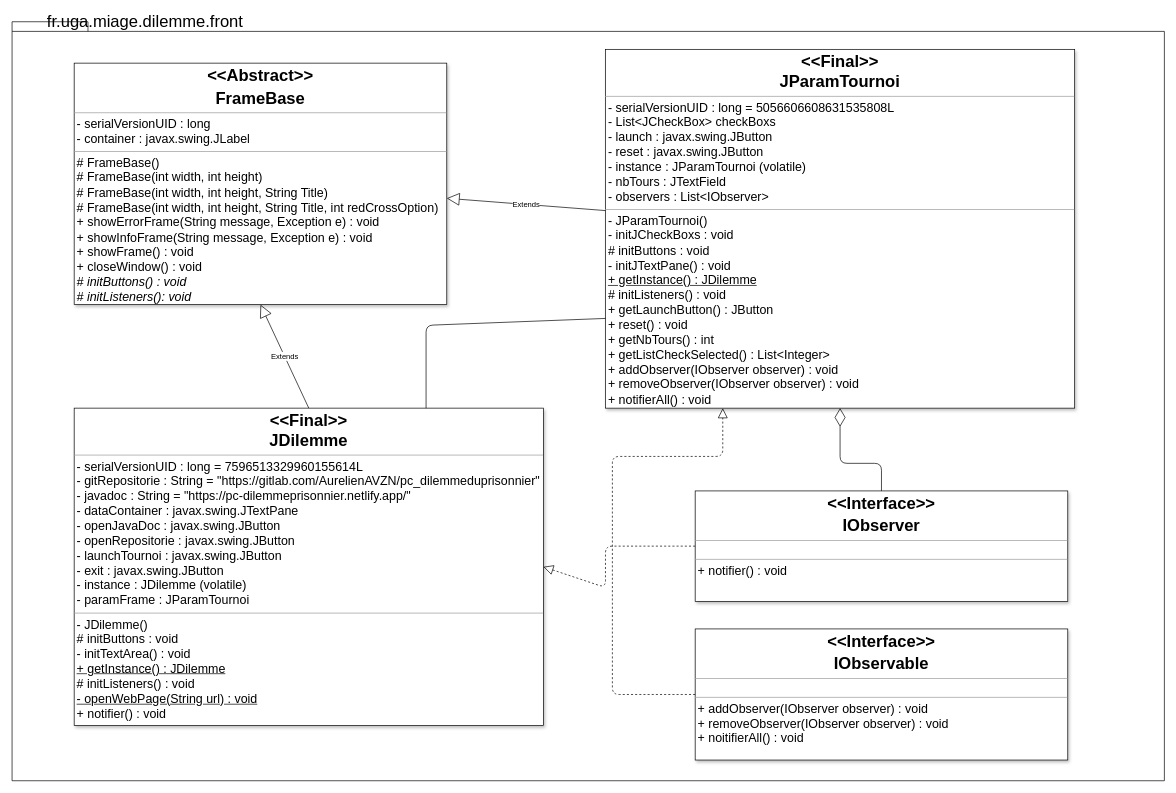
Earlier version of the draw.io diagram page "Front" (2 of 3) of Documentations/Diagramme draw.io/diagramme_classe.drawio (DaeronHTV/DilemmeDuPrisionnier). Source tidied: cells renumbered, new cells numbered last; positions are measured from the earlier drawing's top-left corner, leaving out a move shared by most shapes. Both pictures are drawn from the tidied source at 69%, with x=0, y=0 at pixel (12, 14).
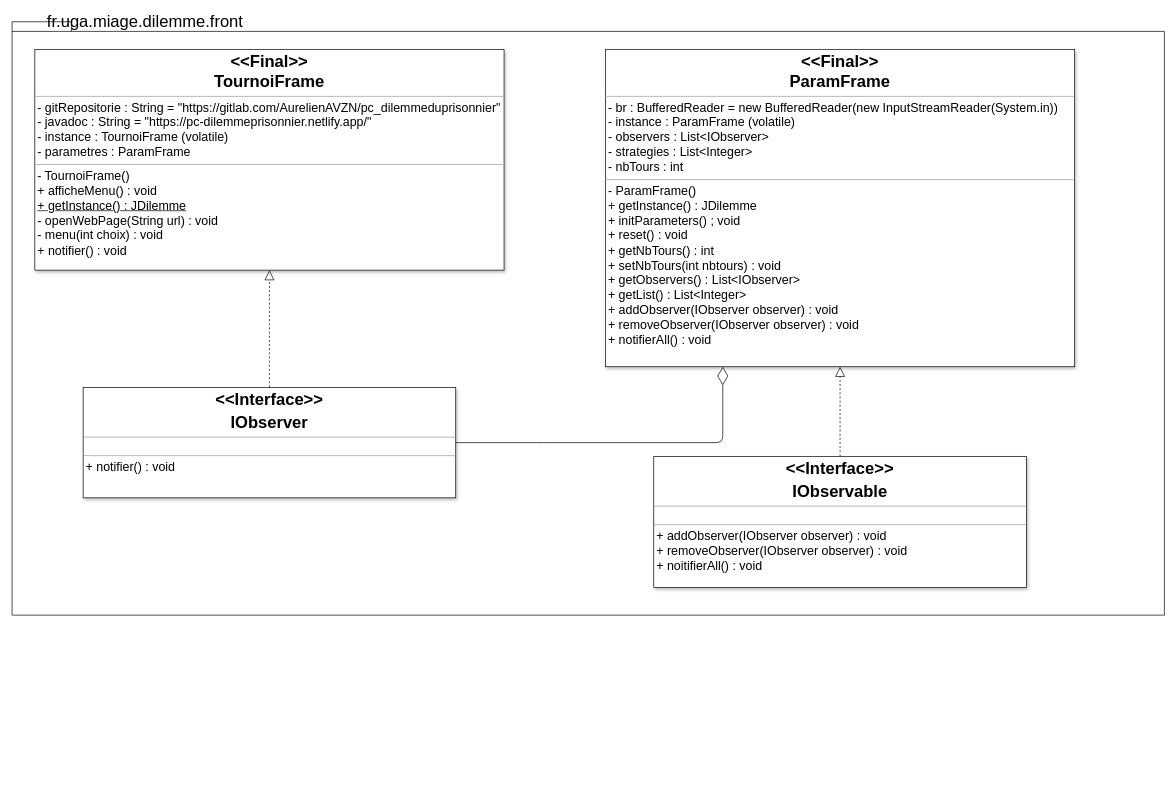
The same page after the edit.

The edit, as a diff of the source:
```diff
@@
     <mxCell id="2" style="shape=folder;fontStyle=1;spacingTop=10;tabWidth=40;tabHeight=14;tabPosition=left;html=1;" parent="1" vertex="1">
-      <mxGeometry y="10" width="1670" height="1100" as="geometry" />
+      <mxGeometry y="10" width="1670" height="860" as="geometry" />
     </mxCell>
@@
-    <mxCell id="4" value="&lt;p style=&quot;margin: 0px ; margin-top: 4px ; text-align: center&quot;&gt;&lt;span style=&quot;font-size: 24px&quot;&gt;&lt;b&gt;&amp;lt;&amp;lt;Abstract&amp;gt;&amp;gt;&lt;/b&gt;&lt;/span&gt;&lt;/p&gt;&lt;p style=&quot;margin: 0px ; margin-top: 4px ; text-align: center&quot;&gt;&lt;span style=&quot;font-size: 24px&quot;&gt;&lt;b&gt;FrameBase&lt;/b&gt;&lt;/span&gt;&lt;/p&gt;&lt;hr size=&quot;1&quot;&gt;&lt;p style=&quot;margin: 0px ; margin-left: 4px&quot;&gt;&lt;font style=&quot;font-size: 18px&quot;&gt;- serialVersionUID : long&lt;br style=&quot;padding: 0px ; margin: 0px&quot;&gt;- container : javax.swing.JLabel&lt;/font&gt;&lt;br&gt;&lt;/p&gt;&lt;hr size=&quot;1&quot;&gt;&lt;p style=&quot;margin: 0px ; margin-left: 4px&quot;&gt;&lt;font style=&quot;font-size: 18px&quot;&gt;# FrameBase()&lt;br style=&quot;padding: 0px ; margin: 0px&quot;&gt;# FrameBase(int width, int height)&lt;br style=&quot;padding: 0px ; margin: 0px&quot;&gt;# FrameBase(int width, int height, String Title)&lt;br style=&quot;padding: 0px ; margin: 0px&quot;&gt;# FrameBase(int width, int height, String Title, int redCrossOption)&lt;br style=&quot;padding: 0px ; margin: 0px&quot;&gt;+ showErrorFrame(String message, Exception e) : void&lt;/font&gt;&lt;/p&gt;&lt;p style=&quot;margin: 0px ; margin-left: 4px&quot;&gt;&lt;font style=&quot;font-size: 18px&quot;&gt;+ showInfoFrame(String message, Exception e) : void&lt;/font&gt;&lt;/p&gt;&lt;p style=&quot;margin: 0px ; margin-left: 4px&quot;&gt;&lt;font style=&quot;font-size: 18px&quot;&gt;+ showFrame() : void&lt;br style=&quot;padding: 0px ; margin: 0px&quot;&gt;+ closeWindow() : void&lt;/font&gt;&lt;br&gt;&lt;/p&gt;&lt;p style=&quot;margin: 0px ; margin-left: 4px&quot;&gt;&lt;font style=&quot;font-size: 18px&quot;&gt;&lt;i&gt;# initButtons() : void&lt;/i&gt;&lt;/font&gt;&lt;/p&gt;&lt;p style=&quot;margin: 0px ; margin-left: 4px&quot;&gt;&lt;font style=&quot;font-size: 18px&quot;&gt;&lt;i&gt;# initListeners(): void&lt;/i&gt;&lt;/font&gt;&lt;/p&gt;" style="verticalAlign=top;align=left;overflow=fill;fontSize=12;fontFamily=Helvetica;html=1;shadow=1;" parent="1" vertex="1">
-      <mxGeometry x="90" y="70" width="540" height="350" as="geometry" />
-    </mxCell>
-    <mxCell id="5" value="&lt;p style=&quot;margin: 0px ; margin-top: 4px ; text-align: center&quot;&gt;&lt;span style=&quot;font-size: 24px&quot;&gt;&lt;b&gt;&amp;lt;&amp;lt;Final&amp;gt;&amp;gt;&lt;br&gt;JDilemme&lt;/b&gt;&lt;/span&gt;&lt;/p&gt;&lt;hr size=&quot;1&quot;&gt;&lt;p style=&quot;margin: 0px ; margin-left: 4px&quot;&gt;&lt;font style=&quot;font-size: 18px&quot;&gt;- serialVersionUID : long = 7596513329960155614L&lt;br style=&quot;padding: 0px ; margin: 0px&quot;&gt;- gitRepositorie : String = &quot;https://gitlab.com/AurelienAVZN/pc_dilemmeduprisonnier&quot;&lt;/font&gt;&lt;/p&gt;&lt;p style=&quot;margin: 0px ; margin-left: 4px&quot;&gt;&lt;font style=&quot;font-size: 18px&quot;&gt;- javadoc : String = &quot;https://pc-dilemmeprisonnier.netlify.app/&quot;&lt;/font&gt;&lt;/p&gt;&lt;p style=&quot;margin: 0px ; margin-left: 4px&quot;&gt;&lt;font style=&quot;font-size: 18px&quot;&gt;- dataContainer : javax.swing.JTextPane&lt;/font&gt;&lt;/p&gt;&lt;p style=&quot;margin: 0px ; margin-left: 4px&quot;&gt;&lt;font style=&quot;font-size: 18px&quot;&gt;- openJavaDoc : javax.swing.JButton&lt;/font&gt;&lt;/p&gt;&lt;p style=&quot;margin: 0px ; margin-left: 4px&quot;&gt;&lt;font style=&quot;font-size: 18px&quot;&gt;- openRepositorie : javax.swing.JButton&lt;/font&gt;&lt;/p&gt;&lt;p style=&quot;margin: 0px ; margin-left: 4px&quot;&gt;&lt;font style=&quot;font-size: 18px&quot;&gt;- launchTournoi : javax.swing.JButton&lt;/font&gt;&lt;/p&gt;&lt;p style=&quot;margin: 0px ; margin-left: 4px&quot;&gt;&lt;font style=&quot;font-size: 18px&quot;&gt;- exit : javax.swing.JButton&lt;/font&gt;&lt;/p&gt;&lt;p style=&quot;margin: 0px ; margin-left: 4px&quot;&gt;&lt;font style=&quot;font-size: 18px&quot;&gt;- instance : JDilemme (volatile)&lt;/font&gt;&lt;/p&gt;&lt;p style=&quot;margin: 0px ; margin-left: 4px&quot;&gt;&lt;font style=&quot;font-size: 18px&quot;&gt;- paramFrame : JParamTournoi&lt;/font&gt;&lt;/p&gt;&lt;hr size=&quot;1&quot;&gt;&lt;p style=&quot;margin: 0px ; margin-left: 4px&quot;&gt;&lt;font style=&quot;font-size: 18px&quot;&gt;- JDilemme()&lt;/font&gt;&lt;/p&gt;&lt;p style=&quot;margin: 0px ; margin-left: 4px&quot;&gt;&lt;font style=&quot;font-size: 18px&quot;&gt;# initButtons : void&lt;/font&gt;&lt;/p&gt;&lt;p style=&quot;margin: 0px ; margin-left: 4px&quot;&gt;&lt;font style=&quot;font-size: 18px&quot;&gt;- initTextArea() : void&lt;/font&gt;&lt;/p&gt;&lt;p style=&quot;margin: 0px ; margin-left: 4px&quot;&gt;&lt;font style=&quot;font-size: 18px&quot;&gt;&lt;u&gt;+ getInstance() : JDilemme&lt;/u&gt;&lt;/font&gt;&lt;/p&gt;&lt;p style=&quot;margin: 0px ; margin-left: 4px&quot;&gt;&lt;font style=&quot;font-size: 18px&quot;&gt;# initListeners() : void&lt;br&gt;&lt;/font&gt;&lt;/p&gt;&lt;p style=&quot;margin: 0px ; margin-left: 4px&quot;&gt;&lt;font style=&quot;font-size: 18px&quot;&gt;&lt;u&gt;- openWebPage(String url) : void&lt;/u&gt;&lt;/font&gt;&lt;/p&gt;&lt;p style=&quot;margin: 0px ; margin-left: 4px&quot;&gt;&lt;font style=&quot;font-size: 18px&quot;&gt;+ notifier() : void&lt;/font&gt;&lt;/p&gt;" style="verticalAlign=top;align=left;overflow=fill;fontSize=12;fontFamily=Helvetica;html=1;shadow=1;" parent="1" vertex="1">
-      <mxGeometry x="90" y="570" width="680" height="460" as="geometry" />
+    <mxCell id="5" value="&lt;p style=&quot;margin: 0px ; margin-top: 4px ; text-align: center&quot;&gt;&lt;span style=&quot;font-size: 24px&quot;&gt;&lt;b&gt;&amp;lt;&amp;lt;Final&amp;gt;&amp;gt;&lt;br&gt;TournoiFrame&lt;/b&gt;&lt;/span&gt;&lt;/p&gt;&lt;hr size=&quot;1&quot;&gt;&lt;p style=&quot;margin: 0px ; margin-left: 4px&quot;&gt;&lt;font style=&quot;font-size: 18px&quot;&gt;- gitRepositorie : String = &quot;https://gitlab.com/AurelienAVZN/pc_dilemmeduprisonnier&quot;&lt;/font&gt;&lt;/p&gt;&lt;p style=&quot;margin: 0px ; margin-left: 4px&quot;&gt;&lt;font style=&quot;font-size: 18px&quot;&gt;- javadoc : String = &quot;https://pc-dilemmeprisonnier.netlify.app/&quot;&lt;/font&gt;&lt;/p&gt;&lt;p style=&quot;margin: 0px ; margin-left: 4px&quot;&gt;&lt;span style=&quot;font-size: 18px&quot;&gt;- instance : TournoiFrame (volatile)&lt;/span&gt;&lt;br&gt;&lt;/p&gt;&lt;p style=&quot;margin: 0px ; margin-left: 4px&quot;&gt;&lt;font style=&quot;font-size: 18px&quot;&gt;- parametres : ParamFrame&lt;/font&gt;&lt;/p&gt;&lt;hr size=&quot;1&quot;&gt;&lt;p style=&quot;margin: 0px ; margin-left: 4px&quot;&gt;&lt;font style=&quot;font-size: 18px&quot;&gt;- TournoiFrame()&lt;/font&gt;&lt;/p&gt;&lt;p style=&quot;margin: 0px ; margin-left: 4px&quot;&gt;&lt;span style=&quot;font-size: 18px&quot;&gt;+ afficheMenu() : void&lt;/span&gt;&lt;/p&gt;&lt;p style=&quot;margin: 0px ; margin-left: 4px&quot;&gt;&lt;font style=&quot;font-size: 18px&quot;&gt;&lt;u&gt;+ getInstance() : JDilemme&lt;/u&gt;&lt;/font&gt;&lt;/p&gt;&lt;p style=&quot;margin: 0px ; margin-left: 4px&quot;&gt;&lt;font style=&quot;font-size: 18px&quot;&gt;- openWebPage(String url) : void&lt;/font&gt;&lt;/p&gt;&lt;p style=&quot;margin: 0px ; margin-left: 4px&quot;&gt;&lt;font style=&quot;font-size: 18px&quot;&gt;- menu(int choix) : void&lt;/font&gt;&lt;/p&gt;&lt;p style=&quot;margin: 0px ; margin-left: 4px&quot;&gt;&lt;font style=&quot;font-size: 18px&quot;&gt;+ notifier() : void&lt;/font&gt;&lt;/p&gt;" style="verticalAlign=top;align=left;overflow=fill;fontSize=12;fontFamily=Helvetica;html=1;shadow=1;" parent="1" vertex="1">
+      <mxGeometry x="33" y="50" width="680" height="320" as="geometry" />
     </mxCell>
-    <mxCell id="6" value="&lt;p style=&quot;margin: 0px ; margin-top: 4px ; text-align: center&quot;&gt;&lt;span style=&quot;font-size: 24px&quot;&gt;&lt;b&gt;&amp;lt;&amp;lt;Final&amp;gt;&amp;gt;&lt;br&gt;JParamTournoi&lt;/b&gt;&lt;/span&gt;&lt;/p&gt;&lt;hr size=&quot;1&quot;&gt;&lt;p style=&quot;margin: 0px ; margin-left: 4px&quot;&gt;&lt;font style=&quot;font-size: 18px&quot;&gt;- serialVersionUID : long = 5056606608631535808L&lt;br&gt;&lt;/font&gt;&lt;/p&gt;&lt;p style=&quot;margin: 0px ; margin-left: 4px&quot;&gt;&lt;font style=&quot;font-size: 18px&quot;&gt;- List&amp;lt;JCheckBox&amp;gt; checkBoxs&lt;/font&gt;&lt;/p&gt;&lt;p style=&quot;margin: 0px ; margin-left: 4px&quot;&gt;&lt;font style=&quot;font-size: 18px&quot;&gt;- launch : javax.swing.JButton&lt;/font&gt;&lt;/p&gt;&lt;p style=&quot;margin: 0px ; margin-left: 4px&quot;&gt;&lt;font style=&quot;font-size: 18px&quot;&gt;- reset : javax.swing.JButton&lt;/font&gt;&lt;/p&gt;&lt;p style=&quot;margin: 0px ; margin-left: 4px&quot;&gt;&lt;font style=&quot;font-size: 18px&quot;&gt;- instance : JParamTournoi (volatile)&lt;/font&gt;&lt;/p&gt;&lt;p style=&quot;margin: 0px ; margin-left: 4px&quot;&gt;&lt;font style=&quot;font-size: 18px&quot;&gt;- nbTours : JTextField&lt;/font&gt;&lt;/p&gt;&lt;p style=&quot;margin: 0px ; margin-left: 4px&quot;&gt;&lt;font style=&quot;font-size: 18px&quot;&gt;- observers : List&amp;lt;IObserver&amp;gt;&lt;/font&gt;&lt;/p&gt;&lt;hr size=&quot;1&quot;&gt;&lt;p style=&quot;margin: 0px ; margin-left: 4px&quot;&gt;&lt;font style=&quot;font-size: 18px&quot;&gt;- JParamTournoi()&lt;/font&gt;&lt;/p&gt;&lt;p style=&quot;margin: 0px ; margin-left: 4px&quot;&gt;&lt;font style=&quot;font-size: 18px&quot;&gt;- initJCheckBoxs : void&lt;/font&gt;&lt;/p&gt;&lt;p style=&quot;margin: 0px ; margin-left: 4px&quot;&gt;&lt;font style=&quot;font-size: 18px&quot;&gt;# initButtons : void&lt;/font&gt;&lt;/p&gt;&lt;p style=&quot;margin: 0px ; margin-left: 4px&quot;&gt;&lt;font style=&quot;font-size: 18px&quot;&gt;- initJTextPane() : void&lt;/font&gt;&lt;/p&gt;&lt;p style=&quot;margin: 0px ; margin-left: 4px&quot;&gt;&lt;font style=&quot;font-size: 18px&quot;&gt;&lt;u&gt;+ getInstance() : JDilemme&lt;/u&gt;&lt;/font&gt;&lt;/p&gt;&lt;p style=&quot;margin: 0px ; margin-left: 4px&quot;&gt;&lt;font style=&quot;font-size: 18px&quot;&gt;# initListeners() : void&lt;br&gt;&lt;/font&gt;&lt;/p&gt;&lt;p style=&quot;margin: 0px ; margin-left: 4px&quot;&gt;&lt;span style=&quot;font-size: 18px&quot;&gt;+ getLaunchButton() : JButton&lt;/span&gt;&lt;/p&gt;&lt;p style=&quot;margin: 0px ; margin-left: 4px&quot;&gt;&lt;span style=&quot;font-size: 18px&quot;&gt;+ reset() : void&lt;/span&gt;&lt;/p&gt;&lt;p style=&quot;margin: 0px ; margin-left: 4px&quot;&gt;&lt;span style=&quot;font-size: 18px&quot;&gt;+ getNbTours() : int&lt;/span&gt;&lt;/p&gt;&lt;p style=&quot;margin: 0px ; margin-left: 4px&quot;&gt;&lt;span style=&quot;font-size: 18px&quot;&gt;+ getListCheckSelected() : List&amp;lt;Integer&amp;gt;&lt;/span&gt;&lt;/p&gt;&lt;p style=&quot;margin: 0px ; margin-left: 4px&quot;&gt;&lt;span style=&quot;font-size: 18px&quot;&gt;+ addObserver(IObserver observer) : void&lt;/span&gt;&lt;/p&gt;&lt;p style=&quot;margin: 0px ; margin-left: 4px&quot;&gt;&lt;span style=&quot;font-size: 18px&quot;&gt;+ removeObserver(IObserver observer) : void&lt;/span&gt;&lt;/p&gt;&lt;p style=&quot;margin: 0px ; margin-left: 4px&quot;&gt;&lt;span style=&quot;font-size: 18px&quot;&gt;+ notifierAll() : void&lt;/span&gt;&lt;/p&gt;&lt;p style=&quot;margin: 0px ; margin-left: 4px&quot;&gt;&lt;br&gt;&lt;/p&gt;" style="verticalAlign=top;align=left;overflow=fill;fontSize=12;fontFamily=Helvetica;html=1;shadow=1;" parent="1" vertex="1">
-      <mxGeometry x="860" y="50" width="680" height="520" as="geometry" />
+    <mxCell id="6" value="&lt;p style=&quot;margin: 0px ; margin-top: 4px ; text-align: center&quot;&gt;&lt;span style=&quot;font-size: 24px&quot;&gt;&lt;b&gt;&amp;lt;&amp;lt;Final&amp;gt;&amp;gt;&lt;br&gt;ParamFrame&lt;/b&gt;&lt;/span&gt;&lt;/p&gt;&lt;hr size=&quot;1&quot;&gt;&lt;p style=&quot;margin: 0px ; margin-left: 4px&quot;&gt;&lt;span style=&quot;font-size: 18px&quot;&gt;- br : BufferedReader = new BufferedReader(new InputStreamReader(System.in))&lt;/span&gt;&lt;/p&gt;&lt;p style=&quot;margin: 0px ; margin-left: 4px&quot;&gt;&lt;span style=&quot;font-size: 18px&quot;&gt;- instance : ParamFrame (volatile)&lt;/span&gt;&lt;br&gt;&lt;/p&gt;&lt;p style=&quot;margin: 0px ; margin-left: 4px&quot;&gt;&lt;font style=&quot;font-size: 18px&quot;&gt;- observers : List&amp;lt;IObserver&amp;gt;&lt;/font&gt;&lt;/p&gt;&lt;p style=&quot;margin: 0px ; margin-left: 4px&quot;&gt;&lt;font style=&quot;font-size: 18px&quot;&gt;- strategies : List&amp;lt;Integer&amp;gt;&lt;/font&gt;&lt;/p&gt;&lt;p style=&quot;margin: 0px ; margin-left: 4px&quot;&gt;&lt;font style=&quot;font-size: 18px&quot;&gt;- nbTours : int&lt;/font&gt;&lt;/p&gt;&lt;hr size=&quot;1&quot;&gt;&lt;p style=&quot;margin: 0px ; margin-left: 4px&quot;&gt;&lt;font style=&quot;font-size: 18px&quot;&gt;- ParamFrame()&lt;/font&gt;&lt;/p&gt;&lt;p style=&quot;margin: 0px ; margin-left: 4px&quot;&gt;&lt;font style=&quot;font-size: 18px&quot;&gt;+ getInstance() : JDilemme&lt;/font&gt;&lt;/p&gt;&lt;p style=&quot;margin: 0px ; margin-left: 4px&quot;&gt;&lt;font style=&quot;font-size: 18px&quot;&gt;+ initParameters() ; void&lt;/font&gt;&lt;/p&gt;&lt;p style=&quot;margin: 0px ; margin-left: 4px&quot;&gt;&lt;span style=&quot;font-size: 18px&quot;&gt;+ reset() : void&lt;/span&gt;&lt;/p&gt;&lt;p style=&quot;margin: 0px ; margin-left: 4px&quot;&gt;&lt;span style=&quot;font-size: 18px&quot;&gt;+ getNbTours() : int&lt;/span&gt;&lt;/p&gt;&lt;p style=&quot;margin: 0px ; margin-left: 4px&quot;&gt;&lt;span style=&quot;font-size: 18px&quot;&gt;+ setNbTours(int nbtours) : void&lt;/span&gt;&lt;/p&gt;&lt;p style=&quot;margin: 0px ; margin-left: 4px&quot;&gt;&lt;span style=&quot;font-size: 18px&quot;&gt;+ getObservers() : List&amp;lt;IObserver&amp;gt;&lt;/span&gt;&lt;/p&gt;&lt;p style=&quot;margin: 0px ; margin-left: 4px&quot;&gt;&lt;span style=&quot;font-size: 18px&quot;&gt;+ getList() : List&amp;lt;Integer&amp;gt;&lt;/span&gt;&lt;/p&gt;&lt;p style=&quot;margin: 0px ; margin-left: 4px&quot;&gt;&lt;span style=&quot;font-size: 18px&quot;&gt;+ addObserver(IObserver observer) : void&lt;/span&gt;&lt;/p&gt;&lt;p style=&quot;margin: 0px ; margin-left: 4px&quot;&gt;&lt;span style=&quot;font-size: 18px&quot;&gt;+ removeObserver(IObserver observer) : void&lt;/span&gt;&lt;/p&gt;&lt;p style=&quot;margin: 0px ; margin-left: 4px&quot;&gt;&lt;span style=&quot;font-size: 18px&quot;&gt;+ notifierAll() : void&lt;/span&gt;&lt;/p&gt;&lt;p style=&quot;margin: 0px ; margin-left: 4px&quot;&gt;&lt;br&gt;&lt;/p&gt;" style="verticalAlign=top;align=left;overflow=fill;fontSize=12;fontFamily=Helvetica;html=1;shadow=1;" parent="1" vertex="1">
+      <mxGeometry x="860" y="50" width="680" height="460" as="geometry" />
     </mxCell>
     <mxCell id="7" value="&lt;p style=&quot;margin: 0px ; margin-top: 4px ; text-align: center&quot;&gt;&lt;span style=&quot;font-size: 24px&quot;&gt;&lt;b&gt;&amp;lt;&amp;lt;Interface&amp;gt;&amp;gt;&lt;/b&gt;&lt;/span&gt;&lt;/p&gt;&lt;p style=&quot;margin: 0px ; margin-top: 4px ; text-align: center&quot;&gt;&lt;span style=&quot;font-size: 24px&quot;&gt;&lt;b&gt;IObserver&lt;/b&gt;&lt;/span&gt;&lt;/p&gt;&lt;hr size=&quot;1&quot;&gt;&lt;p style=&quot;margin: 0px ; margin-left: 4px&quot;&gt;&lt;br&gt;&lt;/p&gt;&lt;hr size=&quot;1&quot;&gt;&lt;p style=&quot;margin: 0px ; margin-left: 4px&quot;&gt;&lt;span style=&quot;font-size: 18px&quot;&gt;+ notifier() : void&lt;/span&gt;&lt;/p&gt;" style="verticalAlign=top;align=left;overflow=fill;fontSize=12;fontFamily=Helvetica;html=1;shadow=1;" parent="1" vertex="1">
-      <mxGeometry x="990" y="690" width="540" height="160" as="geometry" />
+      <mxGeometry x="103" y="540" width="540" height="160" as="geometry" />
     </mxCell>
     <mxCell id="8" value="&lt;p style=&quot;margin: 0px ; margin-top: 4px ; text-align: center&quot;&gt;&lt;span style=&quot;font-size: 24px&quot;&gt;&lt;b&gt;&amp;lt;&amp;lt;Interface&amp;gt;&amp;gt;&lt;/b&gt;&lt;/span&gt;&lt;/p&gt;&lt;p style=&quot;margin: 0px ; margin-top: 4px ; text-align: center&quot;&gt;&lt;span style=&quot;font-size: 24px&quot;&gt;&lt;b&gt;IObservable&lt;/b&gt;&lt;/span&gt;&lt;/p&gt;&lt;hr size=&quot;1&quot;&gt;&lt;p style=&quot;margin: 0px ; margin-left: 4px&quot;&gt;&lt;br&gt;&lt;/p&gt;&lt;hr size=&quot;1&quot;&gt;&lt;p style=&quot;margin: 0px ; margin-left: 4px&quot;&gt;&lt;span style=&quot;font-size: 18px&quot;&gt;+ addObserver(IObserver observer) : void&lt;/span&gt;&lt;/p&gt;&lt;p style=&quot;margin: 0px ; margin-left: 4px&quot;&gt;&lt;span style=&quot;font-size: 18px&quot;&gt;+ removeObserver(IObserver observer) : void&lt;/span&gt;&lt;/p&gt;&lt;p style=&quot;margin: 0px ; margin-left: 4px&quot;&gt;&lt;span style=&quot;font-size: 18px&quot;&gt;+ noitifierAll() : void&lt;/span&gt;&lt;/p&gt;" style="verticalAlign=top;align=left;overflow=fill;fontSize=12;fontFamily=Helvetica;html=1;shadow=1;" parent="1" vertex="1">
-      <mxGeometry x="990" y="890" width="540" height="190" as="geometry" />
+      <mxGeometry x="930" y="640" width="540" height="190" as="geometry" />
     </mxCell>
-    <mxCell id="9" value="Extends" style="endArrow=block;endSize=16;endFill=0;html=1;" parent="1" edge="1" source="6" target="4">
-      <mxGeometry relative="1" as="geometry" />
-    </mxCell>
-    <mxCell id="10" value="Extends" style="endArrow=block;endSize=16;endFill=0;html=1;entryX=0.5;entryY=1;entryDx=0;entryDy=0;exitX=0.5;exitY=0;exitDx=0;exitDy=0;" parent="1" edge="1" source="5" target="4">
-      <mxGeometry relative="1" as="geometry" />
-    </mxCell>
-    <mxCell id="11" style="endArrow=diamondThin;endFill=0;endSize=24;html=1;entryX=0.5;entryY=1;entryDx=0;entryDy=0;exitX=0.5;exitY=0;exitDx=0;exitDy=0;" parent="1" edge="1" source="7" target="6">
-      <mxGeometry relative="1" as="geometry">
-        <Array as="points">
-          <mxPoint x="1260" y="650" />
-          <mxPoint x="1200" y="650" />
-        </Array>
-      </mxGeometry>
-    </mxCell>
-    <mxCell id="12" style="endArrow=block;dashed=1;endFill=0;endSize=12;html=1;entryX=1;entryY=0.5;entryDx=0;entryDy=0;exitX=0;exitY=0.5;exitDx=0;exitDy=0;" parent="1" edge="1" source="7" target="5">
-      <mxGeometry relative="1" as="geometry">
-        <Array as="points">
-          <mxPoint x="860" y="770" />
-          <mxPoint x="860" y="830" />
-        </Array>
-      </mxGeometry>
+    <mxCell id="12" style="endArrow=block;dashed=1;endFill=0;endSize=12;html=1;entryX=0.5;entryY=1;entryDx=0;entryDy=0;exitX=0.5;exitY=0;exitDx=0;exitDy=0;" parent="1" edge="1" source="7" target="5">
+      <mxGeometry relative="1" as="geometry" />
     </mxCell>
-    <mxCell id="13" style="endArrow=block;dashed=1;endFill=0;endSize=12;html=1;exitX=0;exitY=0.5;exitDx=0;exitDy=0;entryX=0.25;entryY=1;entryDx=0;entryDy=0;" parent="1" edge="1" source="8" target="6">
-      <mxGeometry relative="1" as="geometry">
-        <Array as="points">
-          <mxPoint x="870" y="985" />
-          <mxPoint x="870" y="640" />
-          <mxPoint x="1030" y="640" />
-        </Array>
-      </mxGeometry>
+    <mxCell id="13" style="endArrow=block;dashed=1;endFill=0;endSize=12;html=1;entryX=0.5;entryY=1;entryDx=0;entryDy=0;exitX=0.5;exitY=0;exitDx=0;exitDy=0;" parent="1" edge="1" source="8" target="6">
+      <mxGeometry relative="1" as="geometry" />
     </mxCell>
-    <mxCell id="14" style="endArrow=none;html=1;entryX=0;entryY=0.75;entryDx=0;entryDy=0;exitX=0.75;exitY=0;exitDx=0;exitDy=0;" parent="1" edge="1" source="5" target="6">
-      <mxGeometry relative="1" as="geometry">
-        <Array as="points">
-          <mxPoint x="600" y="450" />
-        </Array>
-      </mxGeometry>
-    </mxCell>
+    <mxCell id="11" style="endArrow=diamondThin;endFill=0;endSize=24;html=1;entryX=0.25;entryY=1;entryDx=0;entryDy=0;exitX=1;exitY=0.5;exitDx=0;exitDy=0;" parent="1" edge="1" source="7" target="6">
+      <mxGeometry relative="1" as="geometry">
+        <Array as="points">
+          <mxPoint x="770" y="620" />
+          <mxPoint x="1030" y="620" />
+        </Array>
+      </mxGeometry>
+    </mxCell>
```
